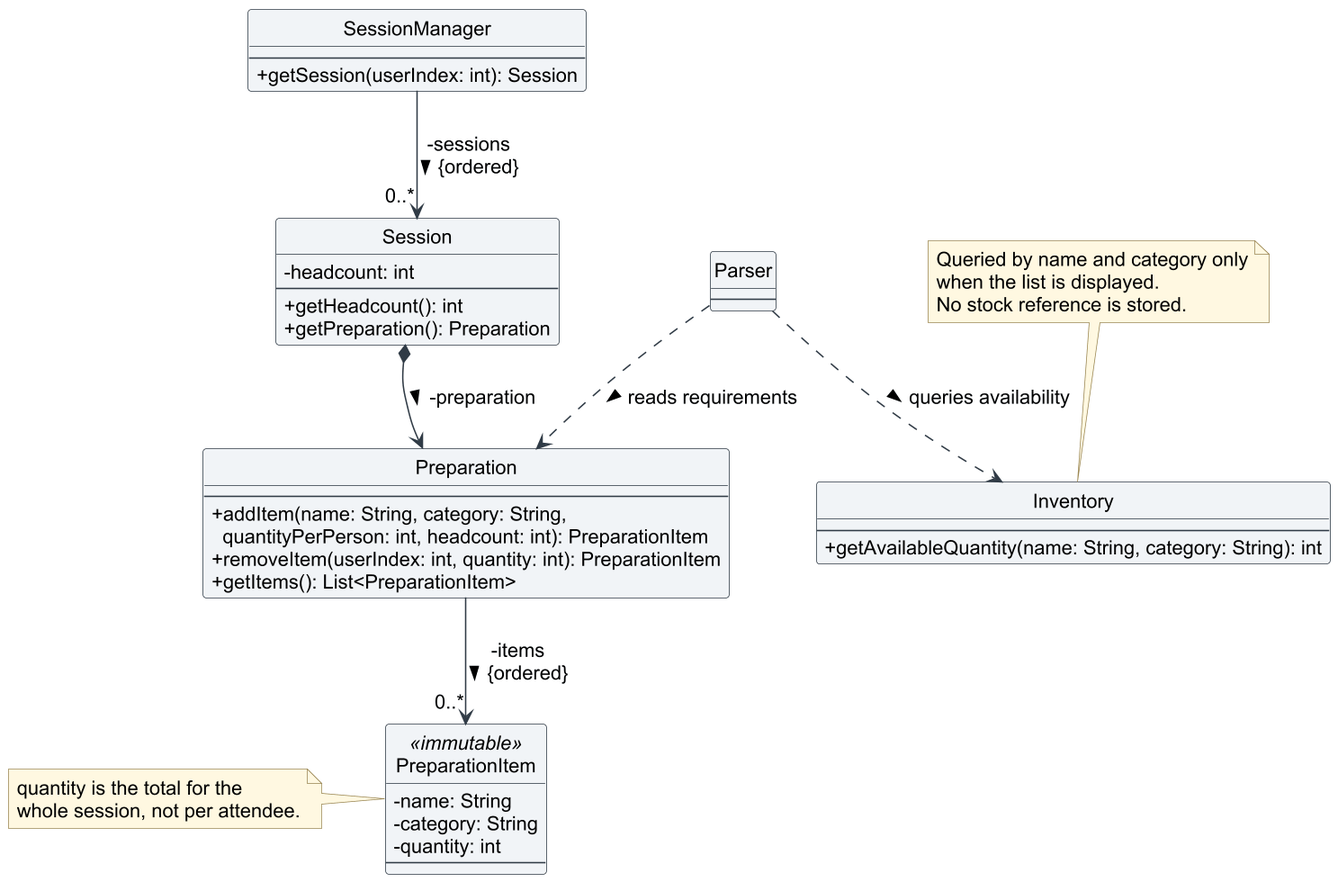
Above: docs/images/preparation-class.png in AY2627S1-CS2113-T11-3/tp (PlantUML), before the change.
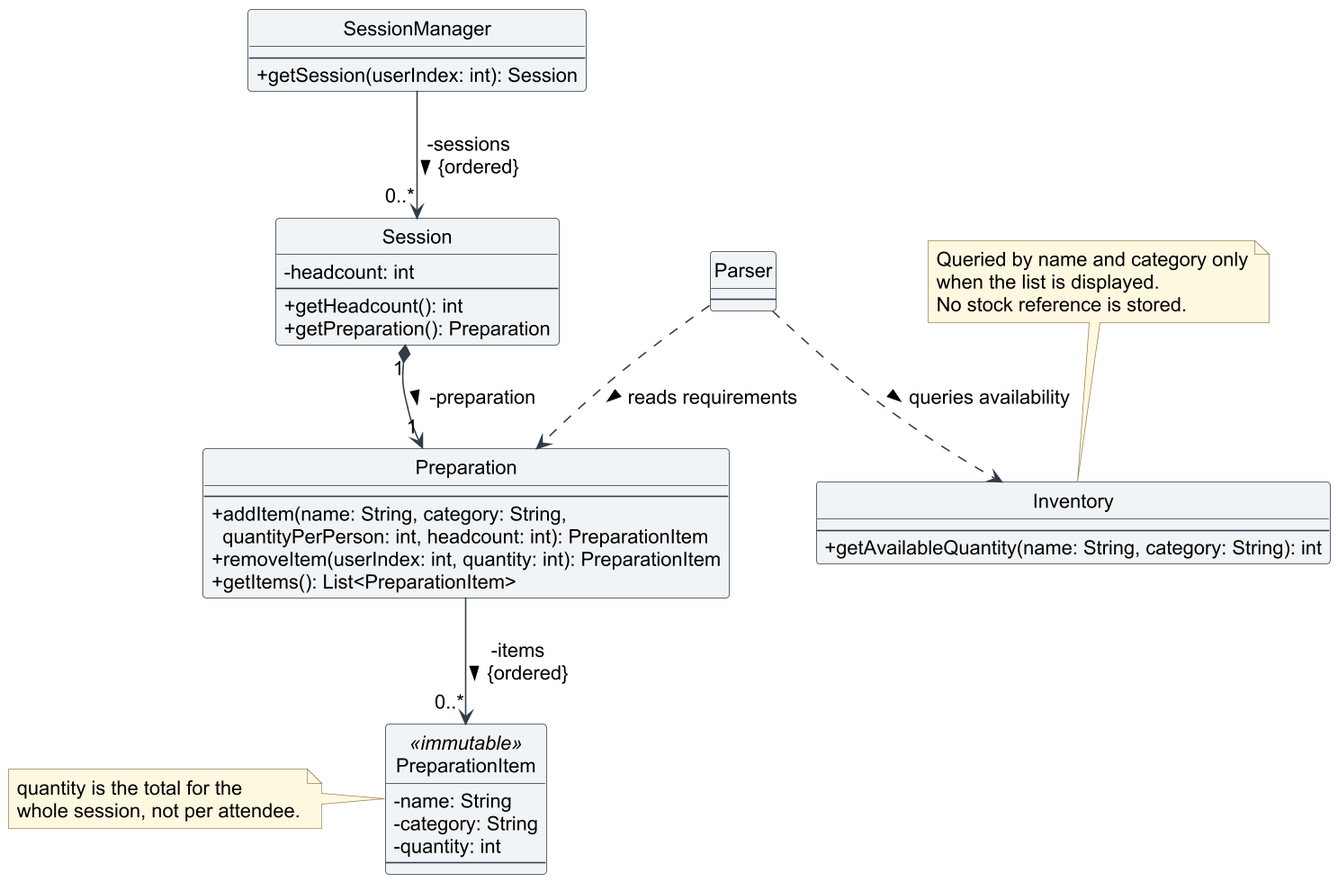
Later version of the same file.

Diff of the diagram source:
```diff
@@ -37,7 +37,7 @@
 }
 
 SessionManager -down-> "0..*" Session : -sessions\n{ordered} >
-Session *-down-> Preparation : -preparation >
+Session "1" *-down-> "1" Preparation : -preparation >
 Preparation -down-> "0..*" PreparationItem : -items\n{ordered} >
 Parser ..> Inventory : queries availability >
 Parser ..> Preparation : reads requirements >
```
